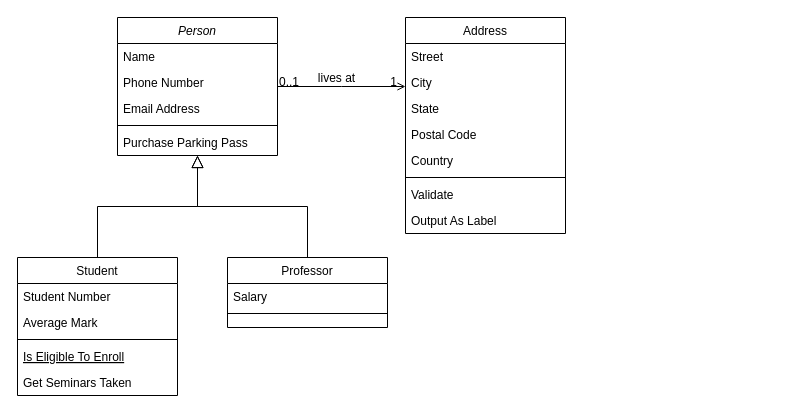
Before: ERDiagram.drawio in luciacarrera/ios_development, a draw.io diagram. Source tidied: cells renumbered, new cells numbered last; positions are measured from the earlier drawing's top-left corner, leaving out a move shared by most shapes. Both pictures are drawn from the tidied source at 100%, with x=0, y=0 at pixel (17, 17).
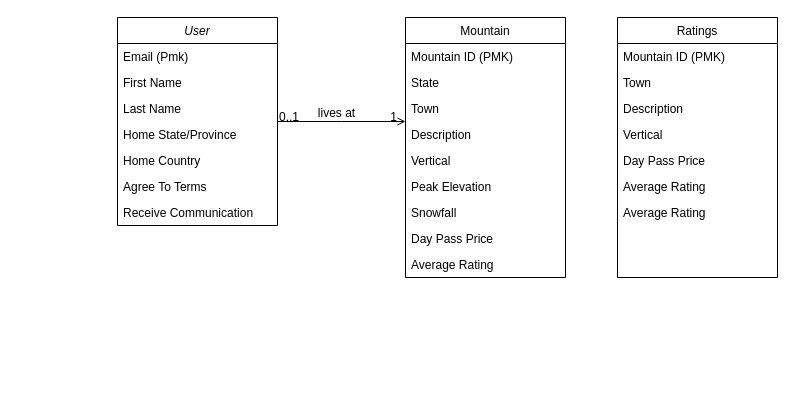
The same page after the edit.

The edit, as a diff of the source:
```diff
@@
-    <mxCell id="2" value="Person" style="swimlane;fontStyle=2;align=center;verticalAlign=top;horizontal=1;startSize=26;rounded=0;shadow=0;strokeWidth=1;" parent="1" vertex="1">
-      <mxGeometry x="100" width="160" height="138" as="geometry" />
+    <mxCell id="2" value="User" style="swimlane;fontStyle=2;align=center;verticalAlign=top;horizontal=1;startSize=26;rounded=0;shadow=0;strokeWidth=1;" parent="1" vertex="1">
+      <mxGeometry x="100" width="160" height="208" as="geometry" />
     </mxCell>
-    <mxCell id="3" value="Name" style="text;align=left;verticalAlign=top;spacingLeft=4;spacingRight=4;overflow=hidden;" parent="2" vertex="1">
+    <mxCell id="3" value="Email (Pmk)" style="text;align=left;verticalAlign=top;spacingLeft=4;spacingRight=4;overflow=hidden;" parent="2" vertex="1">
       <mxGeometry y="26" width="160" height="26" as="geometry" />
     </mxCell>
-    <mxCell id="4" value="Phone Number" style="text;align=left;verticalAlign=top;spacingLeft=4;spacingRight=4;overflow=hidden;rounded=0;shadow=0;html=0;" parent="2" vertex="1">
+    <mxCell id="4" value="First Name" style="text;align=left;verticalAlign=top;spacingLeft=4;spacingRight=4;overflow=hidden;rounded=0;shadow=0;html=0;" parent="2" vertex="1">
       <mxGeometry y="52" width="160" height="26" as="geometry" />
     </mxCell>
-    <mxCell id="5" value="Email Address" style="text;align=left;verticalAlign=top;spacingLeft=4;spacingRight=4;overflow=hidden;rounded=0;shadow=0;html=0;" parent="2" vertex="1">
+    <mxCell id="5" value="Last Name" style="text;align=left;verticalAlign=top;spacingLeft=4;spacingRight=4;overflow=hidden;rounded=0;shadow=0;html=0;" parent="2" vertex="1">
       <mxGeometry y="78" width="160" height="26" as="geometry" />
     </mxCell>
-    <mxCell id="6" style="line;html=1;strokeWidth=1;align=left;verticalAlign=middle;spacingTop=-1;spacingLeft=3;spacingRight=3;labelPosition=right;" parent="2" vertex="1">
-      <mxGeometry y="104" width="160" height="8" as="geometry" />
-    </mxCell>
-    <mxCell id="7" value="Purchase Parking Pass" style="text;align=left;verticalAlign=top;spacingLeft=4;spacingRight=4;overflow=hidden;" parent="2" vertex="1">
-      <mxGeometry y="112" width="160" height="26" as="geometry" />
-    </mxCell>
-    <mxCell id="8" value="Student" style="swimlane;fontStyle=0;align=center;verticalAlign=top;horizontal=1;startSize=26;rounded=0;shadow=0;strokeWidth=1;" parent="1" vertex="1">
-      <mxGeometry y="240" width="160" height="138" as="geometry" />
-    </mxCell>
-    <mxCell id="9" value="Student Number" style="text;align=left;verticalAlign=top;spacingLeft=4;spacingRight=4;overflow=hidden;" parent="8" vertex="1">
-      <mxGeometry y="26" width="160" height="26" as="geometry" />
-    </mxCell>
-    <mxCell id="10" value="Average Mark" style="text;align=left;verticalAlign=top;spacingLeft=4;spacingRight=4;overflow=hidden;rounded=0;shadow=0;html=0;" parent="8" vertex="1">
-      <mxGeometry y="52" width="160" height="26" as="geometry" />
-    </mxCell>
-    <mxCell id="11" style="line;html=1;strokeWidth=1;align=left;verticalAlign=middle;spacingTop=-1;spacingLeft=3;spacingRight=3;labelPosition=right;" parent="8" vertex="1">
-      <mxGeometry y="78" width="160" height="8" as="geometry" />
-    </mxCell>
-    <mxCell id="12" value="Is Eligible To Enroll" style="text;align=left;verticalAlign=top;spacingLeft=4;spacingRight=4;overflow=hidden;fontStyle=4;" parent="8" vertex="1">
-      <mxGeometry y="86" width="160" height="26" as="geometry" />
-    </mxCell>
-    <mxCell id="13" value="Get Seminars Taken" style="text;align=left;verticalAlign=top;spacingLeft=4;spacingRight=4;overflow=hidden;" parent="8" vertex="1">
-      <mxGeometry y="112" width="160" height="26" as="geometry" />
-    </mxCell>
-    <mxCell id="14" style="endArrow=block;endSize=10;endFill=0;shadow=0;strokeWidth=1;rounded=0;edgeStyle=elbowEdgeStyle;elbow=vertical;" parent="1" edge="1" source="8" target="2">
-      <mxGeometry relative="1" as="geometry" />
-    </mxCell>
-    <mxCell id="15" value="Professor" style="swimlane;fontStyle=0;align=center;verticalAlign=top;horizontal=1;startSize=26;rounded=0;shadow=0;strokeWidth=1;" parent="1" vertex="1">
-      <mxGeometry x="210" y="240" width="160" height="70" as="geometry" />
-    </mxCell>
-    <mxCell id="16" value="Salary" style="text;align=left;verticalAlign=top;spacingLeft=4;spacingRight=4;overflow=hidden;" parent="15" vertex="1">
-      <mxGeometry y="26" width="160" height="26" as="geometry" />
-    </mxCell>
-    <mxCell id="17" style="line;html=1;strokeWidth=1;align=left;verticalAlign=middle;spacingTop=-1;spacingLeft=3;spacingRight=3;labelPosition=right;" parent="15" vertex="1">
-      <mxGeometry y="52" width="160" height="8" as="geometry" />
-    </mxCell>
-    <mxCell id="18" style="endArrow=block;endSize=10;endFill=0;shadow=0;strokeWidth=1;rounded=0;edgeStyle=elbowEdgeStyle;elbow=vertical;" parent="1" edge="1" source="15" target="2">
-      <mxGeometry relative="1" as="geometry" />
-    </mxCell>
+    <mxCell id="32" value="Home State/Province" style="text;align=left;verticalAlign=top;spacingLeft=4;spacingRight=4;overflow=hidden;rounded=0;shadow=0;html=0;" parent="2" vertex="1">
+      <mxGeometry y="104" width="160" height="26" as="geometry" />
+    </mxCell>
+    <mxCell id="33" value="Home Country" style="text;align=left;verticalAlign=top;spacingLeft=4;spacingRight=4;overflow=hidden;rounded=0;shadow=0;html=0;" parent="2" vertex="1">
+      <mxGeometry y="130" width="160" height="26" as="geometry" />
+    </mxCell>
+    <mxCell id="34" value="Agree To Terms" style="text;align=left;verticalAlign=top;spacingLeft=4;spacingRight=4;overflow=hidden;rounded=0;shadow=0;html=0;" parent="2" vertex="1">
+      <mxGeometry y="156" width="160" height="26" as="geometry" />
+    </mxCell>
+    <mxCell id="35" value="Receive Communication" style="text;align=left;verticalAlign=top;spacingLeft=4;spacingRight=4;overflow=hidden;rounded=0;shadow=0;html=0;" parent="2" vertex="1">
+      <mxGeometry y="182" width="160" height="26" as="geometry" />
+    </mxCell>
-    <mxCell id="19" value="Address" style="swimlane;fontStyle=0;align=center;verticalAlign=top;horizontal=1;startSize=26;rounded=0;shadow=0;strokeWidth=1;" parent="1" vertex="1">
-      <mxGeometry x="388" width="160" height="216" as="geometry" />
+    <mxCell id="19" value="Mountain" style="swimlane;fontStyle=0;align=center;verticalAlign=top;horizontal=1;startSize=26;rounded=0;shadow=0;strokeWidth=1;" parent="1" vertex="1">
+      <mxGeometry x="388" width="160" height="260" as="geometry" />
     </mxCell>
-    <mxCell id="20" value="Street" style="text;align=left;verticalAlign=top;spacingLeft=4;spacingRight=4;overflow=hidden;" parent="19" vertex="1">
+    <mxCell id="20" value="Mountain ID (PMK)" style="text;align=left;verticalAlign=top;spacingLeft=4;spacingRight=4;overflow=hidden;" parent="19" vertex="1">
       <mxGeometry y="26" width="160" height="26" as="geometry" />
     </mxCell>
-    <mxCell id="21" value="City" style="text;align=left;verticalAlign=top;spacingLeft=4;spacingRight=4;overflow=hidden;rounded=0;shadow=0;html=0;" parent="19" vertex="1">
+    <mxCell id="21" value="State" style="text;align=left;verticalAlign=top;spacingLeft=4;spacingRight=4;overflow=hidden;rounded=0;shadow=0;html=0;" parent="19" vertex="1">
       <mxGeometry y="52" width="160" height="26" as="geometry" />
     </mxCell>
-    <mxCell id="22" value="State" style="text;align=left;verticalAlign=top;spacingLeft=4;spacingRight=4;overflow=hidden;rounded=0;shadow=0;html=0;" parent="19" vertex="1">
+    <mxCell id="22" value="Town" style="text;align=left;verticalAlign=top;spacingLeft=4;spacingRight=4;overflow=hidden;rounded=0;shadow=0;html=0;" parent="19" vertex="1">
       <mxGeometry y="78" width="160" height="26" as="geometry" />
     </mxCell>
-    <mxCell id="23" value="Postal Code" style="text;align=left;verticalAlign=top;spacingLeft=4;spacingRight=4;overflow=hidden;rounded=0;shadow=0;html=0;" parent="19" vertex="1">
+    <mxCell id="23" value="Description" style="text;align=left;verticalAlign=top;spacingLeft=4;spacingRight=4;overflow=hidden;rounded=0;shadow=0;html=0;" parent="19" vertex="1">
       <mxGeometry y="104" width="160" height="26" as="geometry" />
     </mxCell>
-    <mxCell id="24" value="Country" style="text;align=left;verticalAlign=top;spacingLeft=4;spacingRight=4;overflow=hidden;rounded=0;shadow=0;html=0;" parent="19" vertex="1">
+    <mxCell id="24" value="Vertical" style="text;align=left;verticalAlign=top;spacingLeft=4;spacingRight=4;overflow=hidden;rounded=0;shadow=0;html=0;" parent="19" vertex="1">
       <mxGeometry y="130" width="160" height="26" as="geometry" />
     </mxCell>
-    <mxCell id="25" style="line;html=1;strokeWidth=1;align=left;verticalAlign=middle;spacingTop=-1;spacingLeft=3;spacingRight=3;labelPosition=right;" parent="19" vertex="1">
-      <mxGeometry y="156" width="160" height="8" as="geometry" />
-    </mxCell>
-    <mxCell id="26" value="Validate" style="text;align=left;verticalAlign=top;spacingLeft=4;spacingRight=4;overflow=hidden;" parent="19" vertex="1">
-      <mxGeometry y="164" width="160" height="26" as="geometry" />
-    </mxCell>
-    <mxCell id="27" value="Output As Label" style="text;align=left;verticalAlign=top;spacingLeft=4;spacingRight=4;overflow=hidden;" parent="19" vertex="1">
-      <mxGeometry y="190" width="160" height="26" as="geometry" />
-    </mxCell>
+    <mxCell id="36" value="Peak Elevation" style="text;align=left;verticalAlign=top;spacingLeft=4;spacingRight=4;overflow=hidden;rounded=0;shadow=0;html=0;" parent="19" vertex="1">
+      <mxGeometry y="156" width="160" height="26" as="geometry" />
+    </mxCell>
+    <mxCell id="37" value="Snowfall" style="text;align=left;verticalAlign=top;spacingLeft=4;spacingRight=4;overflow=hidden;rounded=0;shadow=0;html=0;" parent="19" vertex="1">
+      <mxGeometry y="182" width="160" height="26" as="geometry" />
+    </mxCell>
+    <mxCell id="38" value="Day Pass Price" style="text;align=left;verticalAlign=top;spacingLeft=4;spacingRight=4;overflow=hidden;rounded=0;shadow=0;html=0;" parent="19" vertex="1">
+      <mxGeometry y="208" width="160" height="26" as="geometry" />
+    </mxCell>
+    <mxCell id="39" value="Average Rating" style="text;align=left;verticalAlign=top;spacingLeft=4;spacingRight=4;overflow=hidden;rounded=0;shadow=0;html=0;" parent="19" vertex="1">
+      <mxGeometry y="234" width="160" height="26" as="geometry" />
+    </mxCell>
@@
+    <mxCell id="40" value="Ratings" style="swimlane;fontStyle=0;align=center;verticalAlign=top;horizontal=1;startSize=26;rounded=0;shadow=0;strokeWidth=1;" parent="1" vertex="1">
+      <mxGeometry x="600" width="160" height="260" as="geometry" />
+    </mxCell>
+    <mxCell id="41" value="Mountain ID (PMK)" style="text;align=left;verticalAlign=top;spacingLeft=4;spacingRight=4;overflow=hidden;" parent="40" vertex="1">
+      <mxGeometry y="26" width="160" height="26" as="geometry" />
+    </mxCell>
+    <mxCell id="42" value="Town" style="text;align=left;verticalAlign=top;spacingLeft=4;spacingRight=4;overflow=hidden;rounded=0;shadow=0;html=0;" parent="40" vertex="1">
+      <mxGeometry y="52" width="160" height="26" as="geometry" />
+    </mxCell>
+    <mxCell id="43" value="Description" style="text;align=left;verticalAlign=top;spacingLeft=4;spacingRight=4;overflow=hidden;rounded=0;shadow=0;html=0;" parent="40" vertex="1">
+      <mxGeometry y="78" width="160" height="26" as="geometry" />
+    </mxCell>
+    <mxCell id="44" value="Vertical" style="text;align=left;verticalAlign=top;spacingLeft=4;spacingRight=4;overflow=hidden;rounded=0;shadow=0;html=0;" parent="40" vertex="1">
+      <mxGeometry y="104" width="160" height="26" as="geometry" />
+    </mxCell>
+    <mxCell id="45" value="Day Pass Price" style="text;align=left;verticalAlign=top;spacingLeft=4;spacingRight=4;overflow=hidden;rounded=0;shadow=0;html=0;" parent="40" vertex="1">
+      <mxGeometry y="130" width="160" height="26" as="geometry" />
+    </mxCell>
+    <mxCell id="46" value="Average Rating" style="text;align=left;verticalAlign=top;spacingLeft=4;spacingRight=4;overflow=hidden;rounded=0;shadow=0;html=0;" parent="40" vertex="1">
+      <mxGeometry y="156" width="160" height="26" as="geometry" />
+    </mxCell>
+    <mxCell id="47" value="Average Rating" style="text;align=left;verticalAlign=top;spacingLeft=4;spacingRight=4;overflow=hidden;rounded=0;shadow=0;html=0;" parent="40" vertex="1">
+      <mxGeometry y="182" width="160" height="26" as="geometry" />
+    </mxCell>
```
